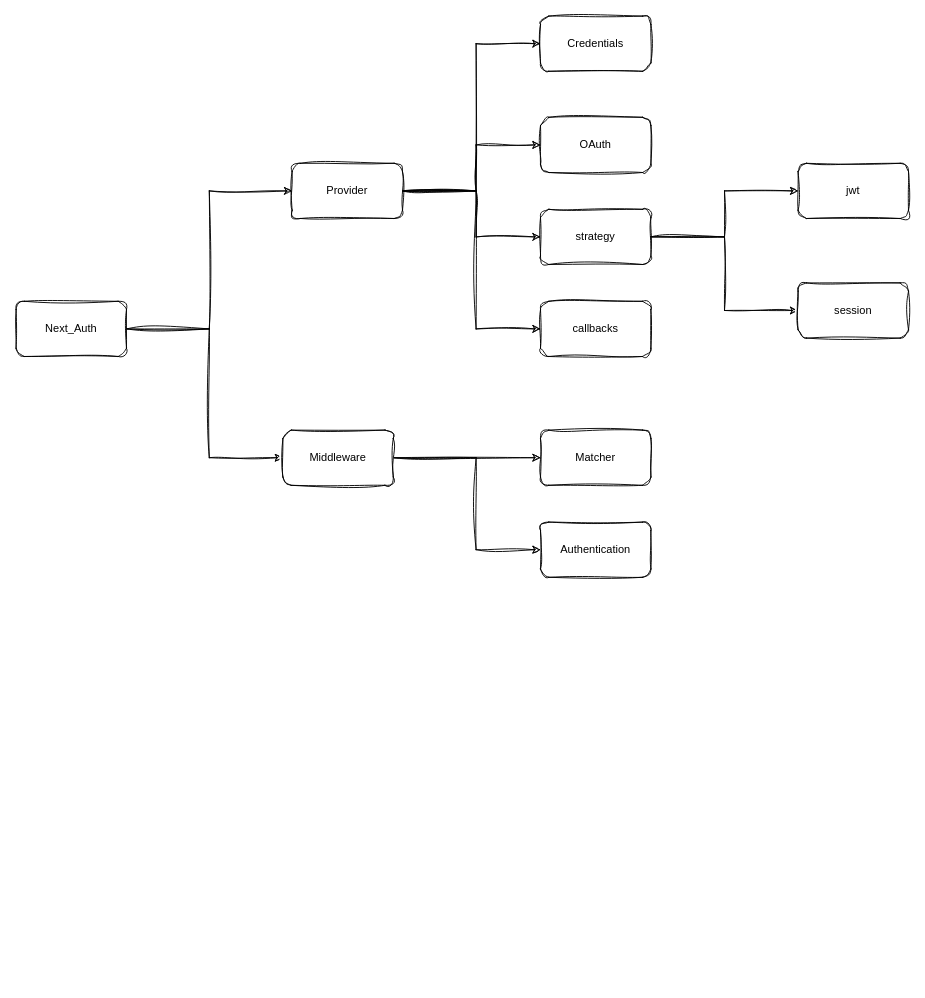
Before: 01.개인공부/nextjs_공부내용.drawio in CodingGamePlayer/CodingGamePlayer, a draw.io diagram. Source tidied: cells renumbered, new cells numbered last; positions are measured from the earlier drawing's top-left corner, leaving out a move shared by most shapes. Both pictures are drawn from the tidied source at 92%, with x=0, y=0 at pixel (16, 16).
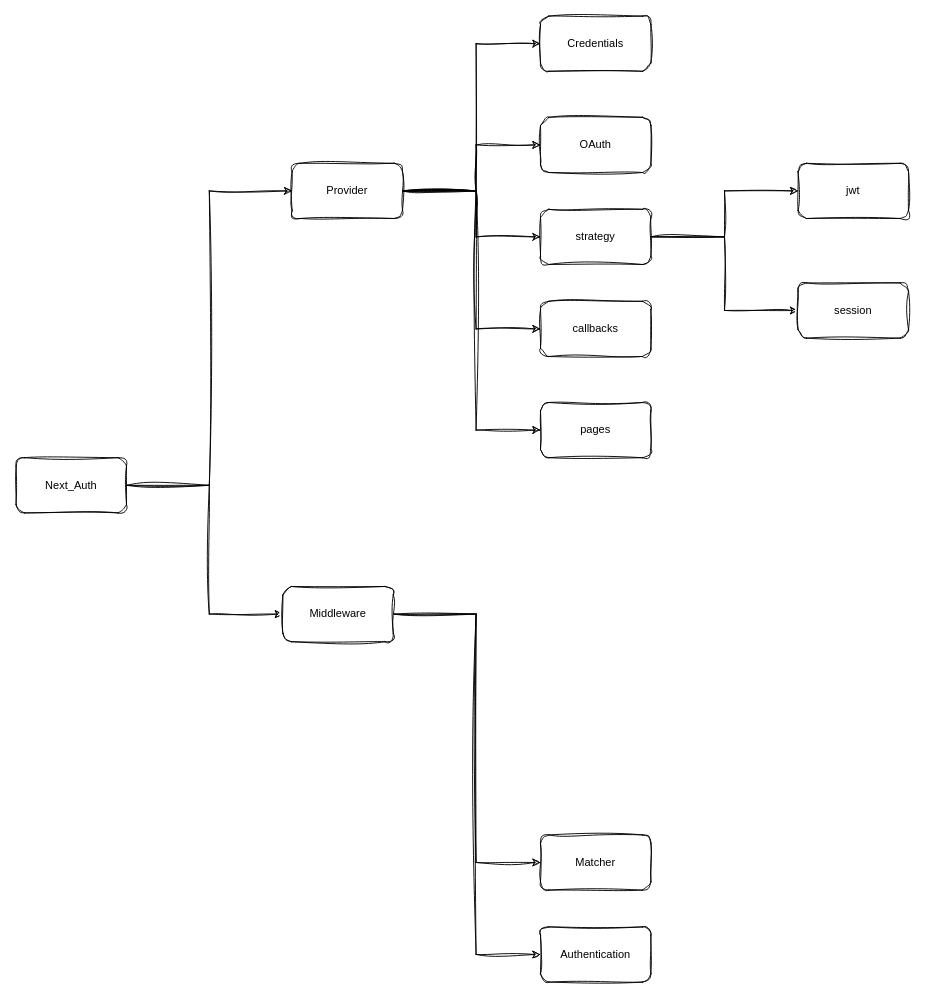
After the change.

Commit message:
nextjs_공부내용.drawio 업데이트

Unchanged cells that the change refers to:
```xml
<mxCell id="9" value="Provider" style="rounded=1;whiteSpace=wrap;html=1;sketch=1;curveFitting=1;jiggle=2;" parent="1" vertex="1">
  <mxGeometry x="300" y="160" width="120" height="60" as="geometry" />
</mxCell>
```

Change to the diagram source:
```diff
@@
-    <mxCell id="2" style="edgeStyle=orthogonalEdgeStyle;rounded=0;jettySize=auto;html=1;entryX=0;entryY=0.5;entryDx=0;entryDy=0;sketch=1;curveFitting=1;jiggle=2;" parent="1" edge="1" source="4" target="9">
+    <mxCell id="2" style="edgeStyle=orthogonalEdgeStyle;rounded=0;jettySize=auto;html=1;sketch=1;curveFitting=1;jiggle=2;" parent="1" edge="1" source="4" target="9">
       <mxGeometry relative="1" as="geometry">
         <Array as="points">
-          <mxPoint x="210" y="340" />
+          <mxPoint x="210" y="510" />
           <mxPoint x="210" y="190" />
         </Array>
       </mxGeometry>
     </mxCell>
     <mxCell id="3" style="edgeStyle=orthogonalEdgeStyle;rounded=0;jettySize=auto;html=1;entryX=0;entryY=0.5;entryDx=0;entryDy=0;sketch=1;curveFitting=1;jiggle=2;" parent="1" edge="1" source="4" target="12">
       <mxGeometry relative="1" as="geometry">
         <Array as="points">
-          <mxPoint x="210" y="340" />
-          <mxPoint x="210" y="480" />
+          <mxPoint x="210" y="510" />
+          <mxPoint x="210" y="650" />
         </Array>
       </mxGeometry>
     </mxCell>
     <mxCell id="4" value="Next_Auth" style="rounded=1;whiteSpace=wrap;html=1;sketch=1;curveFitting=1;jiggle=2;" parent="1" vertex="1">
-      <mxGeometry y="310" width="120" height="60" as="geometry" />
+      <mxGeometry y="480" width="120" height="60" as="geometry" />
     </mxCell>
@@
+    <mxCell id="23" style="edgeStyle=orthogonalEdgeStyle;rounded=0;jettySize=auto;html=1;entryX=0;entryY=0.5;entryDx=0;entryDy=0;sketch=1;curveFitting=1;jiggle=2;" parent="1" edge="1" source="9" target="24">
+      <mxGeometry relative="1" as="geometry">
+        <Array as="points">
+          <mxPoint x="500" y="190" />
+          <mxPoint x="500" y="450" />
+        </Array>
+      </mxGeometry>
+    </mxCell>
@@
     <mxCell id="10" style="edgeStyle=orthogonalEdgeStyle;rounded=0;sketch=1;jiggle=2;curveFitting=1;jettySize=auto;html=1;strokeColor=default;align=center;verticalAlign=middle;fontFamily=Helvetica;fontSize=11;fontColor=default;labelBackgroundColor=default;endArrow=classic;" parent="1" edge="1" source="12" target="15">
-      <mxGeometry relative="1" as="geometry" />
+      <mxGeometry relative="1" as="geometry">
+        <Array as="points">
+          <mxPoint x="500" y="650" />
+          <mxPoint x="500" y="920" />
+        </Array>
+      </mxGeometry>
     </mxCell>
     <mxCell id="11" style="edgeStyle=orthogonalEdgeStyle;rounded=0;sketch=1;jiggle=2;curveFitting=1;jettySize=auto;html=1;entryX=0;entryY=0.5;entryDx=0;entryDy=0;strokeColor=default;align=center;verticalAlign=middle;fontFamily=Helvetica;fontSize=11;fontColor=default;labelBackgroundColor=default;endArrow=classic;" parent="1" edge="1" source="12" target="16">
       <mxGeometry relative="1" as="geometry">
         <Array as="points">
-          <mxPoint x="500" y="480" />
-          <mxPoint x="500" y="580" />
+          <mxPoint x="500" y="650" />
+          <mxPoint x="500" y="1020" />
         </Array>
       </mxGeometry>
     </mxCell>
     <mxCell id="12" value="Middleware" style="rounded=1;whiteSpace=wrap;html=1;sketch=1;curveFitting=1;jiggle=2;" parent="1" vertex="1">
-      <mxGeometry x="290" y="450" width="120" height="60" as="geometry" />
+      <mxGeometry x="290" y="620" width="120" height="60" as="geometry" />
     </mxCell>
@@
     <mxCell id="15" value="Matcher" style="rounded=1;whiteSpace=wrap;html=1;sketch=1;curveFitting=1;jiggle=2;" parent="1" vertex="1">
-      <mxGeometry x="570" y="450" width="120" height="60" as="geometry" />
+      <mxGeometry x="570" y="890" width="120" height="60" as="geometry" />
     </mxCell>
     <mxCell id="16" value="Authentication" style="rounded=1;whiteSpace=wrap;html=1;sketch=1;curveFitting=1;jiggle=2;" parent="1" vertex="1">
-      <mxGeometry x="570" y="550" width="120" height="60" as="geometry" />
+      <mxGeometry x="570" y="990" width="120" height="60" as="geometry" />
     </mxCell>
@@
+    <mxCell id="24" value="pages" style="rounded=1;whiteSpace=wrap;html=1;sketch=1;curveFitting=1;jiggle=2;" parent="1" vertex="1">
+      <mxGeometry x="570" y="420" width="120" height="60" as="geometry" />
+    </mxCell>
```
